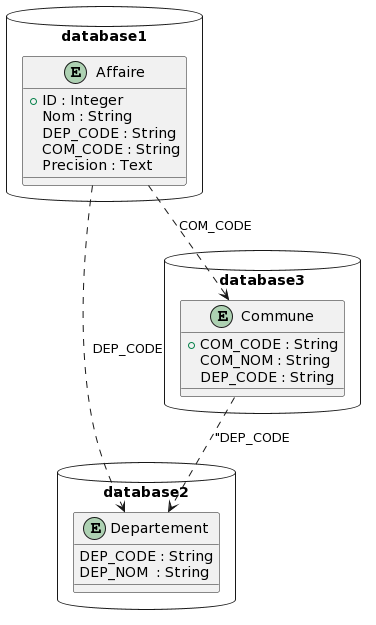
Alexvc23/flask-app keeps this PlantUML diagram as assets/diagramsBackend/images/genearlDatabase.png. Above is the earlier version. The source it was exported from:
```plantuml
@startuml
package database1 <<database>>{
    entity "Affaire" as affaires {
    +ID : Integer
    Nom : String
    DEP_CODE : String
    COM_CODE : String
    Precision : Text
    }
}


package database2 <<database>>{
    entity "Departement" as departements {
    DEP_CODE : String
    DEP_NOM  : String
    }
}

package database3 <<database>>{
    entity "Commune" as communes {
    +COM_CODE : String
    COM_NOM : String
    DEP_CODE : String
    }
}

affaires ..> departements : "DEP_CODE"
affaires ..> communes : "COM_CODE"
communes ..> departements : "DEP_CODE
@enduml
```
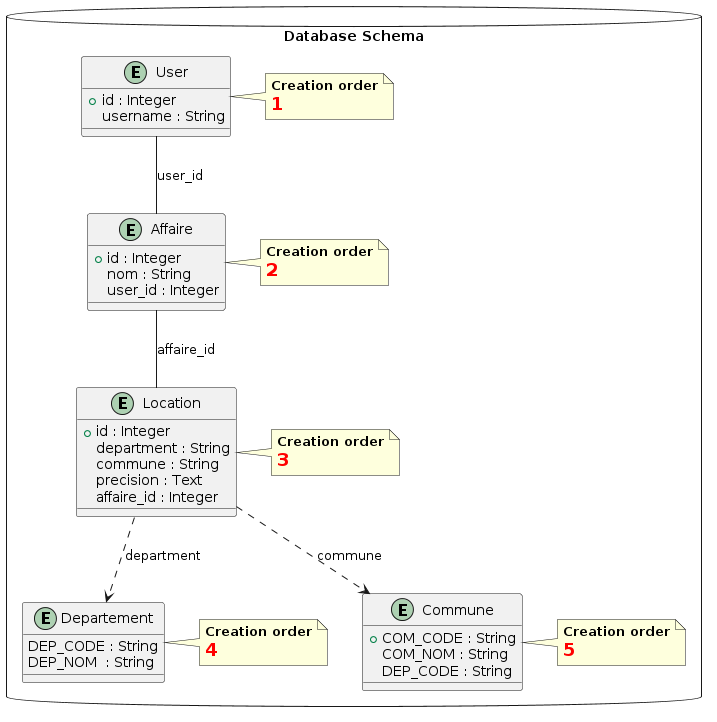
Above is the later version.

Commit message:
Update database schema and diagrams in assets

Change to the diagram source:
```diff
@@ -1,31 +1,60 @@
 @startuml
-package database1 <<database>>{
-    entity "Affaire" as affaires {
-    +ID : Integer
-    Nom : String
-    DEP_CODE : String
-    COM_CODE : String
-    Precision : Text
+package "Database Schema" <<database>> {
+
+    entity "User" as user {
+        +id : Integer
+        username : String
     }
+    note right of user
+       <b>Creation order</b>
+       <size:18><b><color:red>1</color></b></size>
+    end note
+
+    entity "Affaire" as affaire {
+        +id : Integer
+        nom : String
+        user_id : Integer
+    }
+    note right of affaire
+       <b>Creation order</b>
+       <size:18><b><color:red>2</color></b></size>
+    end note
+
+    entity "Location" as location {
+        +id : Integer
+        department : String
+        commune : String
+        precision : Text
+        affaire_id : Integer
+    }
+    note right of location
+       <b>Creation order</b>
+       <size:18><b><color:red>3</color></b></size>
+    end note
+
+    entity "Departement" as departements {
+        DEP_CODE : String
+        DEP_NOM  : String
+    }
+    note right of departements
+       <b>Creation order</b>
+       <size:18><b><color:red>4</color></b></size>
+    end note
+
+    entity "Commune" as communes {
+        +COM_CODE : String
+        COM_NOM : String
+        DEP_CODE : String
+    }
+    note right of communes
+       <b>Creation order</b>
+       <size:18><b><color:red>5</color></b></size>
+    end note
+
 }
 
-
-package database2 <<database>>{
-    entity "Departement" as departements {
-    DEP_CODE : String
-    DEP_NOM  : String
-    }
-}
-
-package database3 <<database>>{
-    entity "Commune" as communes {
-    +COM_CODE : String
-    COM_NOM : String
-    DEP_CODE : String
-    }
-}
-
-affaires ..> departements : "DEP_CODE"
-affaires ..> communes : "COM_CODE"
-communes ..> departements : "DEP_CODE
+user -- affaire : "user_id"
+affaire -- location : "affaire_id"
+location ..> departements : "department"
+location ..> communes : "commune"
 @enduml
```
